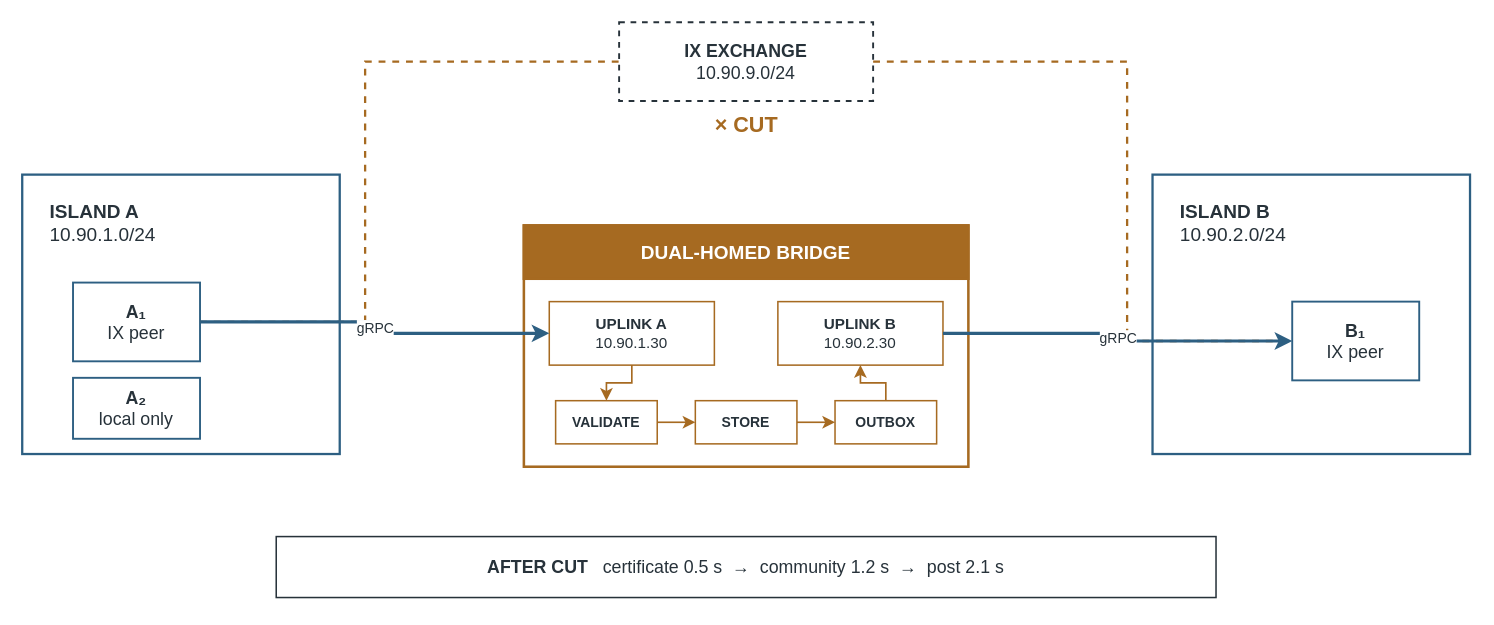
This is final-paper/IEEE-conference-template-062824/figures/drawio/route-cut-topology.drawio from tasmirz/jagoo-bahee, a draw.io file, before an edit. Source tidied: cells renumbered, new cells numbered last; positions are measured from the earlier drawing's top-left corner, leaving out a move shared by most shapes. Both pictures are drawn from the tidied source at 127%, with x=0, y=0 at pixel (22, 22).
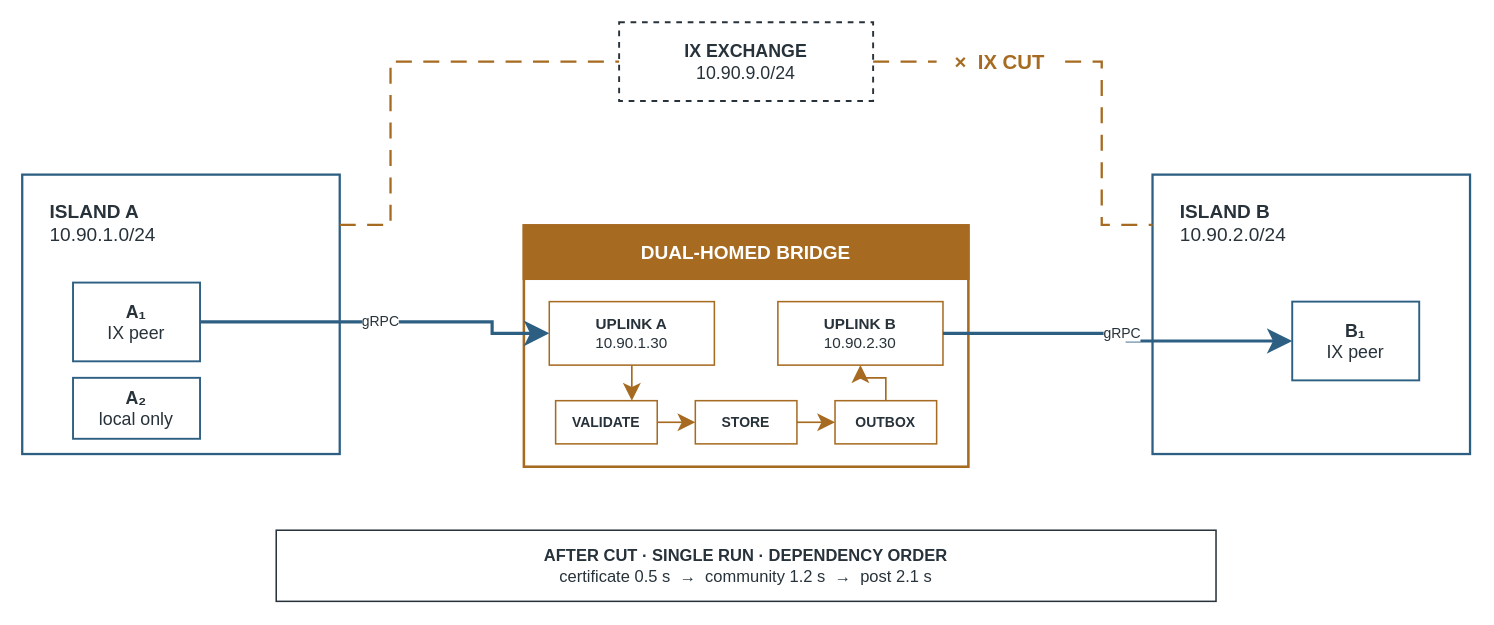
The same page after the edit.

Unchanged cells that the change refers to:
```xml
<mxCell id="2" style="rounded=0;whiteSpace=wrap;html=1;strokeColor=#2D5F82;strokeWidth=1.8;fillColor=#FFFFFF;" parent="1" vertex="1">
  <mxGeometry y="120" width="250" height="220" as="geometry" />
</mxCell>
<mxCell id="4" value="&lt;b&gt;A₁&lt;/b&gt;&lt;br&gt;IX peer" style="rounded=0;whiteSpace=wrap;html=1;strokeColor=#2D5F82;strokeWidth=1.5;fillColor=#FFFFFF;fontFamily=Helvetica;fontSize=14;fontColor=#27323A;align=center;verticalAlign=middle;" parent="1" vertex="1">
  <mxGeometry x="40" y="205" width="100" height="62" as="geometry" />
</mxCell>
<mxCell id="6" style="rounded=0;whiteSpace=wrap;html=1;strokeColor=#2D5F82;strokeWidth=1.8;fillColor=#FFFFFF;" parent="1" vertex="1">
  <mxGeometry x="890" y="120" width="250" height="220" as="geometry" />
</mxCell>
<mxCell id="8" value="&lt;b&gt;B₁&lt;/b&gt;&lt;br&gt;IX peer" style="rounded=0;whiteSpace=wrap;html=1;strokeColor=#2D5F82;strokeWidth=1.5;fillColor=#FFFFFF;fontFamily=Helvetica;fontSize=14;fontColor=#27323A;align=center;verticalAlign=middle;" parent="1" vertex="1">
  <mxGeometry x="1000" y="220" width="100" height="62" as="geometry" />
</mxCell>
<mxCell id="9" value="&lt;b&gt;IX EXCHANGE&lt;/b&gt;&lt;br&gt;10.90.9.0/24" style="rounded=0;whiteSpace=wrap;html=1;strokeColor=#27323A;strokeWidth=1.5;dashed=1;fillColor=#FFFFFF;fontFamily=Helvetica;fontSize=14;fontColor=#27323A;align=center;verticalAlign=middle;" parent="1" vertex="1">
  <mxGeometry x="470" width="200" height="62" as="geometry" />
</mxCell>
<mxCell id="13" value="&lt;b&gt;UPLINK A&lt;/b&gt;&lt;br&gt;10.90.1.30" style="rounded=0;whiteSpace=wrap;html=1;strokeColor=#A66A21;strokeWidth=1.2;fillColor=#FFFFFF;fontFamily=Helvetica;fontSize=12;fontColor=#27323A;align=center;verticalAlign=middle;" parent="1" vertex="1">
  <mxGeometry x="415" y="220" width="130" height="50" as="geometry" />
</mxCell>
<mxCell id="14" value="&lt;b&gt;UPLINK B&lt;/b&gt;&lt;br&gt;10.90.2.30" style="rounded=0;whiteSpace=wrap;html=1;strokeColor=#A66A21;strokeWidth=1.2;fillColor=#FFFFFF;fontFamily=Helvetica;fontSize=12;fontColor=#27323A;align=center;verticalAlign=middle;" parent="1" vertex="1">
  <mxGeometry x="595" y="220" width="130" height="50" as="geometry" />
</mxCell>
<mxCell id="15" value="VALIDATE" style="rounded=0;whiteSpace=wrap;html=1;strokeColor=#A66A21;strokeWidth=1.2;fillColor=#FFFFFF;fontFamily=Helvetica;fontSize=11;fontStyle=1;fontColor=#27323A;align=center;verticalAlign=middle;" parent="1" vertex="1">
  <mxGeometry x="420" y="298" width="80" height="34" as="geometry" />
</mxCell>
<mxCell id="16" value="STORE" style="rounded=0;whiteSpace=wrap;html=1;strokeColor=#A66A21;strokeWidth=1.2;fillColor=#FFFFFF;fontFamily=Helvetica;fontSize=11;fontStyle=1;fontColor=#27323A;align=center;verticalAlign=middle;" parent="1" vertex="1">
  <mxGeometry x="530" y="298" width="80" height="34" as="geometry" />
</mxCell>
<mxCell id="17" value="OUTBOX" style="rounded=0;whiteSpace=wrap;html=1;strokeColor=#A66A21;strokeWidth=1.2;fillColor=#FFFFFF;fontFamily=Helvetica;fontSize=11;fontStyle=1;fontColor=#27323A;align=center;verticalAlign=middle;" parent="1" vertex="1">
  <mxGeometry x="640" y="298" width="80" height="34" as="geometry" />
</mxCell>
```

Diff of the diagram source:
```diff
@@
-    <mxCell id="10" value="× CUT" style="text;html=1;strokeColor=none;fillColor=#FFFFFF;fontFamily=Helvetica;fontSize=17;fontStyle=1;fontColor=#A66A21;align=center;verticalAlign=middle;" parent="1" vertex="1">
-      <mxGeometry x="525" y="68" width="90" height="28" as="geometry" />
-    </mxCell>
@@
-    <mxCell id="18" style="edgeStyle=orthogonalEdgeStyle;rounded=0;html=1;strokeColor=#A66A21;strokeWidth=1.3;endArrow=classic;endFill=1;" parent="1" edge="1" source="15" target="16">
+    <mxCell id="18" style="edgeStyle=orthogonalEdgeStyle;rounded=0;html=1;strokeColor=#A66A21;strokeWidth=1.3;endArrow=classic;endFill=1;endSize=10;exitX=1;exitY=0.5;entryX=0;entryY=0.5;" parent="1" edge="1" source="15" target="16">
       <mxGeometry relative="1" as="geometry" />
     </mxCell>
-    <mxCell id="19" style="edgeStyle=orthogonalEdgeStyle;rounded=0;html=1;strokeColor=#A66A21;strokeWidth=1.3;endArrow=classic;endFill=1;" parent="1" edge="1" source="16" target="17">
+    <mxCell id="19" style="edgeStyle=orthogonalEdgeStyle;rounded=0;html=1;strokeColor=#A66A21;strokeWidth=1.3;endArrow=classic;endFill=1;endSize=10;exitX=1;exitY=0.5;entryX=0;entryY=0.5;" parent="1" edge="1" source="16" target="17">
       <mxGeometry relative="1" as="geometry" />
     </mxCell>
-    <mxCell id="20" style="edgeStyle=orthogonalEdgeStyle;rounded=0;html=1;strokeColor=#A66A21;strokeWidth=1.8;dashed=1;startArrow=none;endArrow=none;" parent="1" edge="1" source="4" target="9">
+    <mxCell id="20" style="edgeStyle=orthogonalEdgeStyle;rounded=0;html=1;strokeColor=#A66A21;strokeWidth=1.8;dashed=1;dashPattern=7 5;startArrow=none;endArrow=none;exitX=1;exitY=0.18;entryX=0;entryY=0.5;" parent="1" edge="1" source="2" target="9">
       <mxGeometry relative="1" as="geometry">
         <Array as="points">
-          <mxPoint x="270" y="236" />
-          <mxPoint x="270" y="31" />
+          <mxPoint x="290" y="160" />
+          <mxPoint x="290" y="31" />
         </Array>
       </mxGeometry>
     </mxCell>
-    <mxCell id="21" style="edgeStyle=orthogonalEdgeStyle;rounded=0;html=1;strokeColor=#A66A21;strokeWidth=1.8;dashed=1;startArrow=none;endArrow=none;" parent="1" edge="1" source="9" target="8">
+    <mxCell id="21" style="edgeStyle=orthogonalEdgeStyle;rounded=0;html=1;strokeColor=#A66A21;strokeWidth=1.8;dashed=1;dashPattern=7 5;startArrow=none;endArrow=none;exitX=1;exitY=0.5;entryX=0;entryY=0.18;" parent="1" edge="1" source="9" target="6">
       <mxGeometry relative="1" as="geometry">
         <Array as="points">
-          <mxPoint x="870" y="31" />
-          <mxPoint x="870" y="251" />
+          <mxPoint x="850" y="31" />
+          <mxPoint x="850" y="160" />
         </Array>
       </mxGeometry>
     </mxCell>
+    <mxCell id="10" value="×  IX CUT" style="rounded=0;whiteSpace=wrap;html=1;strokeColor=none;fillColor=#FFFFFF;fontFamily=Helvetica;fontSize=16;fontStyle=1;fontColor=#A66A21;align=center;verticalAlign=middle;" parent="1" vertex="1">
+      <mxGeometry x="720" y="14" width="100" height="34" as="geometry" />
+    </mxCell>
-    <mxCell id="22" value="gRPC" style="edgeStyle=orthogonalEdgeStyle;rounded=0;html=1;strokeColor=#2D5F82;strokeWidth=2.5;endArrow=classic;endFill=1;fontFamily=Helvetica;fontSize=11;fontColor=#27323A;labelBackgroundColor=#FFFFFF;" parent="1" edge="1" source="4" target="13">
-      <mxGeometry relative="1" as="geometry" />
+    <mxCell id="22" value="gRPC" style="edgeStyle=orthogonalEdgeStyle;rounded=0;html=1;strokeColor=#2D5F82;strokeWidth=2.5;endArrow=classic;endFill=1;endSize=12;fontFamily=Helvetica;fontSize=11;fontColor=#27323A;labelBackgroundColor=#FFFFFF;exitX=1;exitY=0.5;entryX=0;entryY=0.5;" parent="1" edge="1" source="4" target="13">
+      <mxGeometry relative="1" as="geometry">
+        <Array as="points">
+          <mxPoint x="370" y="236" />
+          <mxPoint x="370" y="245" />
+        </Array>
+      </mxGeometry>
     </mxCell>
-    <mxCell id="23" value="gRPC" style="edgeStyle=orthogonalEdgeStyle;rounded=0;html=1;strokeColor=#2D5F82;strokeWidth=2.5;endArrow=classic;endFill=1;fontFamily=Helvetica;fontSize=11;fontColor=#27323A;labelBackgroundColor=#FFFFFF;" parent="1" edge="1" source="14" target="8">
-      <mxGeometry relative="1" as="geometry" />
+    <mxCell id="23" value="gRPC" style="edgeStyle=orthogonalEdgeStyle;rounded=0;html=1;strokeColor=#2D5F82;strokeWidth=2.5;endArrow=classic;endFill=1;endSize=12;fontFamily=Helvetica;fontSize=11;fontColor=#27323A;labelBackgroundColor=#FFFFFF;exitX=1;exitY=0.5;entryX=0;entryY=0.5;" parent="1" edge="1" source="14" target="8">
+      <mxGeometry relative="1" as="geometry">
+        <Array as="points">
+          <mxPoint x="870" y="245" />
+          <mxPoint x="870" y="251" />
+        </Array>
+      </mxGeometry>
     </mxCell>
-    <mxCell id="24" style="edgeStyle=orthogonalEdgeStyle;rounded=0;html=1;strokeColor=#A66A21;strokeWidth=1.3;endArrow=classic;endFill=1;" parent="1" edge="1" source="13" target="15">
+    <mxCell id="24" style="edgeStyle=orthogonalEdgeStyle;rounded=0;html=1;strokeColor=#A66A21;strokeWidth=1.3;endArrow=classic;endFill=1;endSize=10;exitX=0.5;exitY=1;entryX=0.75;entryY=0;" parent="1" edge="1" source="13" target="15">
       <mxGeometry relative="1" as="geometry" />
     </mxCell>
-    <mxCell id="25" style="edgeStyle=orthogonalEdgeStyle;rounded=0;html=1;strokeColor=#A66A21;strokeWidth=1.3;endArrow=classic;endFill=1;" parent="1" edge="1" source="17" target="14">
-      <mxGeometry relative="1" as="geometry" />
+    <mxCell id="25" style="edgeStyle=orthogonalEdgeStyle;rounded=0;html=1;strokeColor=#A66A21;strokeWidth=1.3;endArrow=classic;endFill=1;endSize=10;exitX=0.5;exitY=0;entryX=0.5;entryY=1;" parent="1" edge="1" source="17" target="14">
+      <mxGeometry relative="1" as="geometry">
+        <Array as="points">
+          <mxPoint x="680" y="280" />
+          <mxPoint x="660" y="280" />
+        </Array>
+      </mxGeometry>
     </mxCell>
-    <mxCell id="26" value="&lt;b&gt;AFTER CUT&lt;/b&gt;   certificate 0.5 s  →  community 1.2 s  →  post 2.1 s" style="rounded=0;whiteSpace=wrap;html=1;strokeColor=#27323A;strokeWidth=1.2;fillColor=#FFFFFF;fontFamily=Helvetica;fontSize=14;fontColor=#27323A;align=center;verticalAlign=middle;" parent="1" vertex="1">
-      <mxGeometry x="200" y="405" width="740" height="48" as="geometry" />
+    <mxCell id="26" value="&lt;b&gt;AFTER CUT · SINGLE RUN · DEPENDENCY ORDER&lt;/b&gt;&lt;br&gt;certificate 0.5 s  →  community 1.2 s  →  post 2.1 s" style="rounded=0;whiteSpace=wrap;html=1;strokeColor=#27323A;strokeWidth=1.2;fillColor=#FFFFFF;fontFamily=Helvetica;fontSize=13;fontColor=#27323A;align=center;verticalAlign=middle;" parent="1" vertex="1">
+      <mxGeometry x="200" y="400" width="740" height="56" as="geometry" />
     </mxCell>
```
